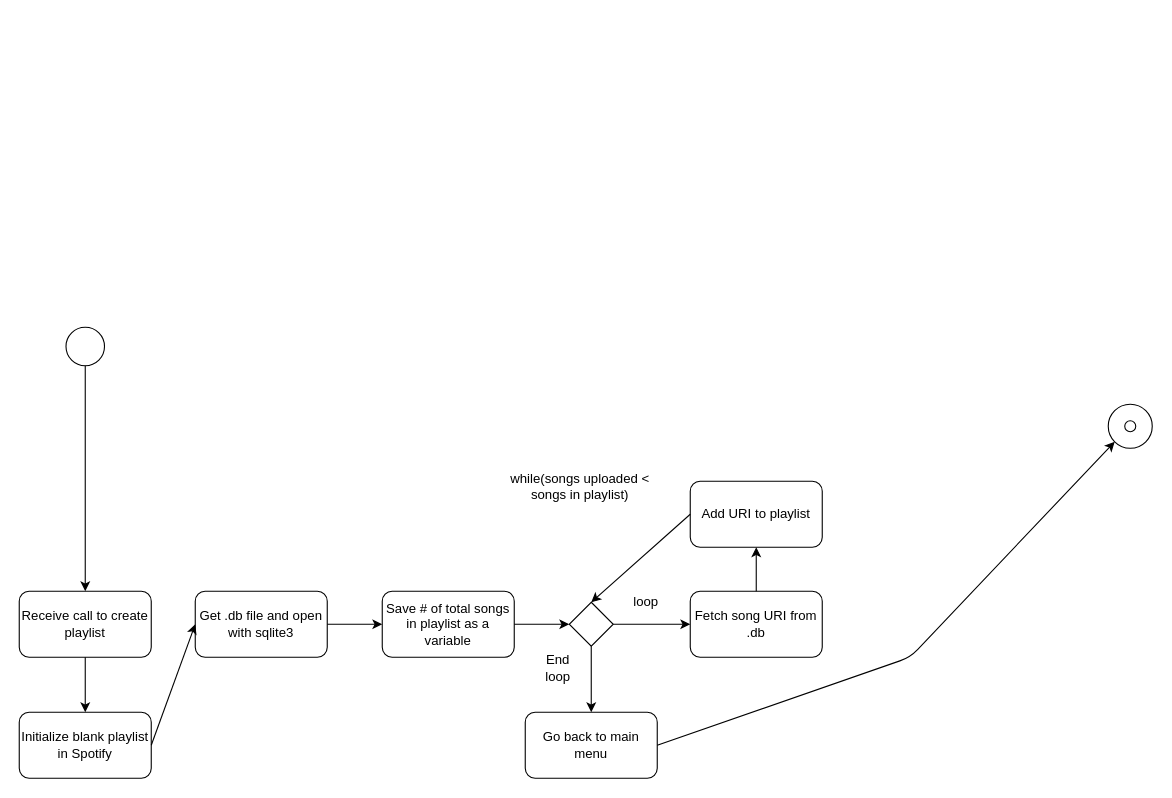
This is activity_model_functions.drawio from stpilks99/moodipy, a draw.io file, before an edit. Source tidied: cells renumbered, new cells numbered last; positions are measured from the earlier drawing's top-left corner, leaving out a move shared by most shapes. Both pictures are drawn from the tidied source at 110%, with x=0, y=0 at pixel (19, 327).
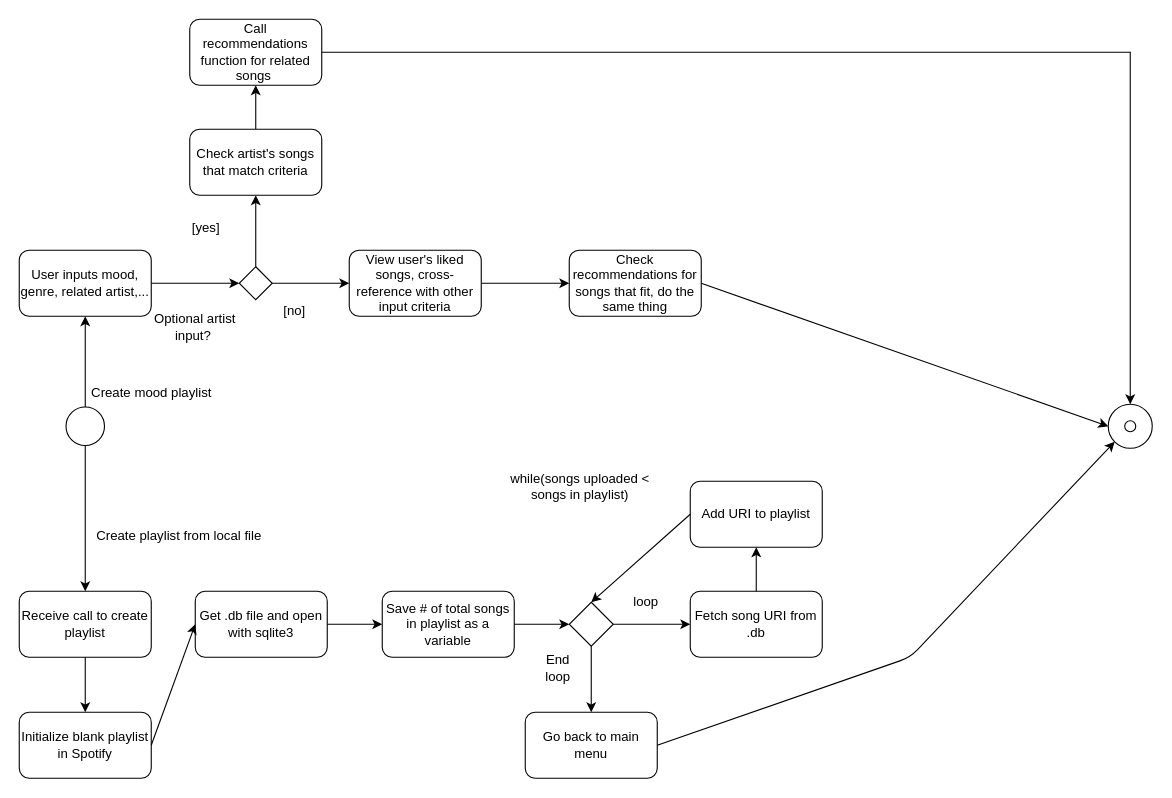
After the change.

Commit message:
Added activity model for creating playlist based on mood

The change refers to these unchanged cells:
```xml
<mxCell id="2" style="ellipse;whiteSpace=wrap;html=1;" parent="1" vertex="1">
  <mxGeometry x="990" y="70" width="40" height="40" as="geometry" />
</mxCell>
```

Diff of the diagram source:
```diff
@@
+    <mxCell id="26" style="edgeStyle=orthogonalEdgeStyle;rounded=0;jettySize=auto;html=1;exitX=0.5;exitY=0;exitDx=0;exitDy=0;entryX=0.5;entryY=1;entryDx=0;entryDy=0;" parent="1" edge="1" source="3" target="29">
+      <mxGeometry relative="1" as="geometry" />
+    </mxCell>
     <mxCell id="3" style="ellipse;whiteSpace=wrap;html=1;" parent="1" vertex="1">
-      <mxGeometry x="42.5" width="35" height="35" as="geometry" />
+      <mxGeometry x="42.5" y="72.5" width="35" height="35" as="geometry" />
     </mxCell>
@@
+    <mxCell id="27" value="Create playlist from local file" style="text;html=1;align=center;verticalAlign=middle;" parent="1" vertex="1">
+      <mxGeometry x="60" y="180" width="170" height="20" as="geometry" />
+    </mxCell>
+    <mxCell id="28" style="edgeStyle=orthogonalEdgeStyle;rounded=0;jettySize=auto;html=1;exitX=1;exitY=0.5;exitDx=0;exitDy=0;entryX=0;entryY=0.5;entryDx=0;entryDy=0;" parent="1" edge="1" source="29" target="33">
+      <mxGeometry relative="1" as="geometry" />
+    </mxCell>
+    <mxCell id="29" value="User inputs mood, genre, related artist,..." style="rounded=1;whiteSpace=wrap;html=1;" parent="1" vertex="1">
+      <mxGeometry y="-70" width="120" height="60" as="geometry" />
+    </mxCell>
+    <mxCell id="30" value="Create mood playlist" style="text;html=1;align=center;verticalAlign=middle;" parent="1" vertex="1">
+      <mxGeometry x="60" y="50" width="120" height="20" as="geometry" />
+    </mxCell>
+    <mxCell id="31" style="edgeStyle=orthogonalEdgeStyle;rounded=0;jettySize=auto;html=1;exitX=0.5;exitY=0;exitDx=0;exitDy=0;entryX=0.5;entryY=1;entryDx=0;entryDy=0;" parent="1" edge="1" source="33" target="37">
+      <mxGeometry relative="1" as="geometry" />
+    </mxCell>
+    <mxCell id="32" style="edgeStyle=orthogonalEdgeStyle;rounded=0;jettySize=auto;html=1;exitX=1;exitY=0.5;exitDx=0;exitDy=0;entryX=0;entryY=0.5;entryDx=0;entryDy=0;" parent="1" edge="1" source="33" target="42">
+      <mxGeometry relative="1" as="geometry" />
+    </mxCell>
+    <mxCell id="33" style="rhombus;whiteSpace=wrap;html=1;" parent="1" vertex="1">
+      <mxGeometry x="200" y="-55" width="30" height="30" as="geometry" />
+    </mxCell>
+    <mxCell id="34" value="Optional artist input?&amp;nbsp;" style="text;html=1;strokeColor=none;fillColor=none;align=center;verticalAlign=middle;whiteSpace=wrap;rounded=0;" parent="1" vertex="1">
+      <mxGeometry x="110" y="-10" width="100" height="20" as="geometry" />
+    </mxCell>
+    <mxCell id="35" value="[yes]" style="text;html=1;strokeColor=none;fillColor=none;align=center;verticalAlign=middle;whiteSpace=wrap;rounded=0;" parent="1" vertex="1">
+      <mxGeometry x="150" y="-100" width="40" height="20" as="geometry" />
+    </mxCell>
+    <mxCell id="36" style="edgeStyle=orthogonalEdgeStyle;rounded=0;jettySize=auto;html=1;exitX=0.5;exitY=0;exitDx=0;exitDy=0;entryX=0.5;entryY=1;entryDx=0;entryDy=0;" parent="1" edge="1" source="37" target="39">
+      <mxGeometry relative="1" as="geometry" />
+    </mxCell>
+    <mxCell id="37" value="Check artist's songs that match criteria" style="rounded=1;whiteSpace=wrap;html=1;" parent="1" vertex="1">
+      <mxGeometry x="155" y="-180" width="120" height="60" as="geometry" />
+    </mxCell>
+    <mxCell id="38" style="edgeStyle=orthogonalEdgeStyle;rounded=0;jettySize=auto;html=1;exitX=1;exitY=0.5;exitDx=0;exitDy=0;entryX=0.5;entryY=0;entryDx=0;entryDy=0;" parent="1" edge="1" source="39" target="2">
+      <mxGeometry relative="1" as="geometry" />
+    </mxCell>
+    <mxCell id="39" value="Call recommendations function for related songs&amp;nbsp;" style="rounded=1;whiteSpace=wrap;html=1;" parent="1" vertex="1">
+      <mxGeometry x="155" y="-280" width="120" height="60" as="geometry" />
+    </mxCell>
+    <mxCell id="40" value="[no]" style="text;html=1;align=center;verticalAlign=middle;" parent="1" vertex="1">
+      <mxGeometry x="230" y="-25" width="40" height="20" as="geometry" />
+    </mxCell>
+    <mxCell id="41" style="edgeStyle=orthogonalEdgeStyle;rounded=0;jettySize=auto;html=1;exitX=1;exitY=0.5;exitDx=0;exitDy=0;entryX=0;entryY=0.5;entryDx=0;entryDy=0;" parent="1" edge="1" source="42" target="43">
+      <mxGeometry relative="1" as="geometry" />
+    </mxCell>
+    <mxCell id="42" value="View user's liked songs, cross-reference with other input criteria" style="rounded=1;whiteSpace=wrap;html=1;" parent="1" vertex="1">
+      <mxGeometry x="300" y="-70" width="120" height="60" as="geometry" />
+    </mxCell>
+    <mxCell id="43" value="Check recommendations for songs that fit, do the same thing" style="rounded=1;whiteSpace=wrap;html=1;" parent="1" vertex="1">
+      <mxGeometry x="500" y="-70" width="120" height="60" as="geometry" />
+    </mxCell>
+    <mxCell id="44" style="endArrow=classic;html=1;exitX=1;exitY=0.5;exitDx=0;exitDy=0;entryX=0;entryY=0.5;entryDx=0;entryDy=0;" parent="1" edge="1" source="43" target="2">
+      <mxGeometry relative="1" as="geometry" />
+    </mxCell>
```
